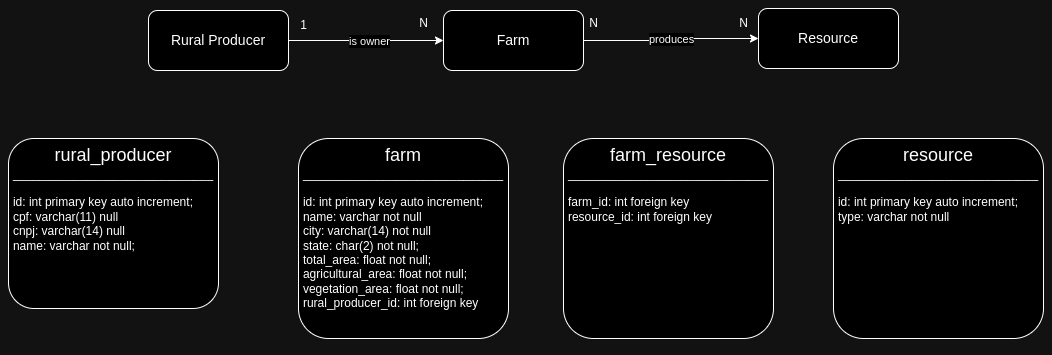
fabiotph/brain-agriculture keeps this draw.io diagram as docs/db-doc.png. Above is the earlier version. Source tidied: cells renumbered, new cells last; positions are measured from the earlier drawing's top-left corner, leaving out a move shared by most shapes. Source of this version:
```xml
<mxGraphModel>
  <root>
    <mxCell id="0" />
    <mxCell id="1" parent="0" />
    <mxCell id="2" style="edgeStyle=orthogonalEdgeStyle;rounded=0;jettySize=auto;html=1;exitX=1;exitY=0.5;exitDx=0;exitDy=0;entryX=0;entryY=0.5;entryDx=0;entryDy=0;" parent="1" edge="1" source="4" target="7">
      <mxGeometry relative="1" as="geometry" />
    </mxCell>
    <mxCell id="3" value="is owner" style="edgeLabel;html=1;align=center;verticalAlign=middle;" parent="2" vertex="1">
      <mxGeometry x="-0.2" y="-2" relative="1" as="geometry">
        <mxPoint x="18" y="-2" as="offset" />
      </mxGeometry>
    </mxCell>
    <mxCell id="4" value="&lt;font style=&quot;font-size: 14px;&quot;&gt;Rural Producer&lt;/font&gt;" style="rounded=1;whiteSpace=wrap;html=1;" parent="1" vertex="1">
      <mxGeometry x="140" y="2" width="140" height="60" as="geometry" />
    </mxCell>
    <mxCell id="5" style="edgeStyle=orthogonalEdgeStyle;rounded=0;jettySize=auto;html=1;exitX=1;exitY=0.5;exitDx=0;exitDy=0;entryX=0;entryY=0.5;entryDx=0;entryDy=0;" parent="1" edge="1" source="7" target="10">
      <mxGeometry relative="1" as="geometry" />
    </mxCell>
    <mxCell id="6" value="produces" style="edgeLabel;html=1;align=center;verticalAlign=middle;" parent="5" vertex="1">
      <mxGeometry x="-0.2" relative="1" as="geometry">
        <mxPoint x="16" y="-2" as="offset" />
      </mxGeometry>
    </mxCell>
    <mxCell id="7" value="&lt;span style=&quot;font-size: 14px;&quot;&gt;Farm&lt;/span&gt;" style="rounded=1;whiteSpace=wrap;html=1;" parent="1" vertex="1">
      <mxGeometry x="435" y="2" width="140" height="60" as="geometry" />
    </mxCell>
    <mxCell id="8" value="1" style="text;html=1;align=center;verticalAlign=middle;strokeColor=none;fillColor=none;" parent="1" vertex="1">
      <mxGeometry x="280" y="2" width="30" height="30" as="geometry" />
    </mxCell>
    <mxCell id="9" value="N" style="text;html=1;align=center;verticalAlign=middle;strokeColor=none;fillColor=none;" parent="1" vertex="1">
      <mxGeometry x="400" width="30" height="30" as="geometry" />
    </mxCell>
    <mxCell id="10" value="&lt;span style=&quot;font-size: 14px;&quot;&gt;Resource&lt;/span&gt;" style="rounded=1;whiteSpace=wrap;html=1;" parent="1" vertex="1">
      <mxGeometry x="750" width="140" height="60" as="geometry" />
    </mxCell>
    <mxCell id="11" value="N" style="text;html=1;align=center;verticalAlign=middle;strokeColor=none;fillColor=none;" parent="1" vertex="1">
      <mxGeometry x="570" width="30" height="30" as="geometry" />
    </mxCell>
    <mxCell id="12" value="N" style="text;html=1;align=center;verticalAlign=middle;strokeColor=none;fillColor=none;" parent="1" vertex="1">
      <mxGeometry x="720" width="30" height="30" as="geometry" />
    </mxCell>
    <mxCell id="13" value="&lt;font style=&quot;font-size: 18px;&quot;&gt;rural_producer&lt;/font&gt;&lt;br&gt;______________________________&lt;br&gt;&lt;br&gt;&lt;div style=&quot;text-align: left;&quot;&gt;id: int primary key auto increment;&lt;/div&gt;&lt;div style=&quot;text-align: left;&quot;&gt;cpf: varchar(11) null&lt;/div&gt;&lt;div style=&quot;text-align: left;&quot;&gt;cnpj: varchar(14) null&lt;/div&gt;&lt;div style=&quot;text-align: left;&quot;&gt;name: varchar not null;&lt;/div&gt;&lt;div style=&quot;text-align: left;&quot;&gt;&lt;br&gt;&lt;/div&gt;&lt;div style=&quot;text-align: left;&quot;&gt;&lt;br&gt;&lt;/div&gt;" style="rounded=1;whiteSpace=wrap;html=1;align=center;verticalAlign=top;" parent="1" vertex="1">
      <mxGeometry y="130" width="210" height="170" as="geometry" />
    </mxCell>
    <mxCell id="14" value="&lt;font style=&quot;font-size: 18px;&quot;&gt;farm&lt;/font&gt;&lt;br&gt;______________________________&lt;br&gt;&lt;br&gt;&lt;div style=&quot;text-align: left;&quot;&gt;id: int primary key auto increment;&lt;/div&gt;&lt;div style=&quot;text-align: left;&quot;&gt;name: varchar not null&lt;/div&gt;&lt;div style=&quot;text-align: left;&quot;&gt;city: varchar(14) not null&lt;/div&gt;&lt;div style=&quot;text-align: left;&quot;&gt;state: char(2) not null;&lt;/div&gt;&lt;div style=&quot;text-align: left;&quot;&gt;total_area: float not null;&lt;/div&gt;&lt;div style=&quot;text-align: left;&quot;&gt;agricultural_area: float not null;&lt;br&gt;vegetation_area: float not null;&lt;/div&gt;&lt;div style=&quot;text-align: left;&quot;&gt;rural_producer_id: int foreign key&lt;/div&gt;&lt;div style=&quot;text-align: left;&quot;&gt;&lt;br&gt;&lt;/div&gt;&lt;div style=&quot;text-align: left;&quot;&gt;&lt;br&gt;&lt;/div&gt;" style="rounded=1;whiteSpace=wrap;html=1;align=center;verticalAlign=top;" parent="1" vertex="1">
      <mxGeometry x="290" y="130" width="210" height="200" as="geometry" />
    </mxCell>
    <mxCell id="15" value="&lt;span style=&quot;font-size: 18px;&quot;&gt;resource&lt;/span&gt;&lt;br&gt;______________________________&lt;br&gt;&lt;br&gt;&lt;div style=&quot;text-align: left;&quot;&gt;id: int primary key auto increment;&lt;/div&gt;&lt;div style=&quot;text-align: left;&quot;&gt;type: varchar not null&lt;/div&gt;&lt;div style=&quot;text-align: left;&quot;&gt;&lt;br&gt;&lt;/div&gt;&lt;div style=&quot;text-align: left;&quot;&gt;&lt;br&gt;&lt;/div&gt;" style="rounded=1;whiteSpace=wrap;html=1;align=center;verticalAlign=top;" parent="1" vertex="1">
      <mxGeometry x="825" y="130" width="210" height="200" as="geometry" />
    </mxCell>
    <mxCell id="16" style="edgeStyle=orthogonalEdgeStyle;rounded=0;orthogonalLoop=1;jettySize=auto;html=1;exitX=0.5;exitY=1;exitDx=0;exitDy=0;" parent="1" edge="1" source="15" target="15">
      <mxGeometry relative="1" as="geometry" />
    </mxCell>
    <mxCell id="17" value="&lt;span style=&quot;font-size: 18px;&quot;&gt;farm_resource&lt;/span&gt;&lt;br&gt;______________________________&lt;br&gt;&lt;br&gt;&lt;div style=&quot;text-align: left;&quot;&gt;&lt;span style=&quot;background-color: initial;&quot;&gt;farm_id: int foreign key&lt;/span&gt;&lt;br&gt;&lt;/div&gt;&lt;div style=&quot;text-align: left;&quot;&gt;resource_id: int foreign key&lt;/div&gt;&lt;div style=&quot;text-align: left;&quot;&gt;&lt;br&gt;&lt;/div&gt;&lt;div style=&quot;text-align: left;&quot;&gt;&lt;br&gt;&lt;/div&gt;" style="rounded=1;whiteSpace=wrap;html=1;align=center;verticalAlign=top;" parent="1" vertex="1">
      <mxGeometry x="555" y="130" width="210" height="200" as="geometry" />
    </mxCell>
  </root>
</mxGraphModel>
```
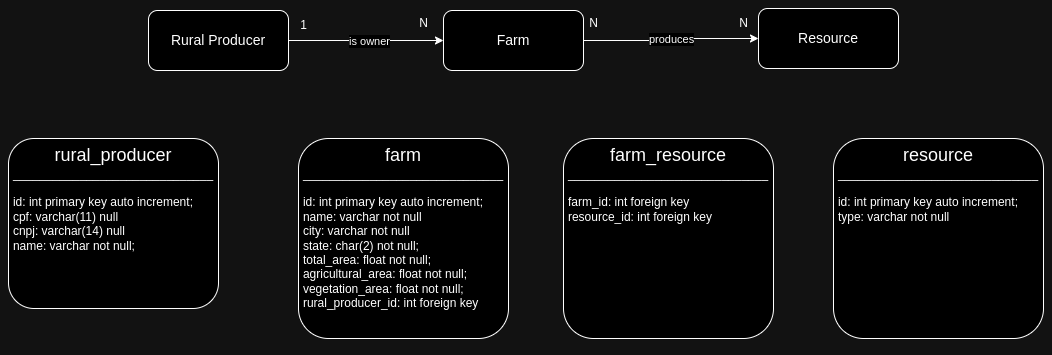
After the commit.

Diff of the diagram source:
```diff
@@ -42,7 +42,7 @@
     <mxCell id="13" value="&lt;font style=&quot;font-size: 18px;&quot;&gt;rural_producer&lt;/font&gt;&lt;br&gt;______________________________&lt;br&gt;&lt;br&gt;&lt;div style=&quot;text-align: left;&quot;&gt;id: int primary key auto increment;&lt;/div&gt;&lt;div style=&quot;text-align: left;&quot;&gt;cpf: varchar(11) null&lt;/div&gt;&lt;div style=&quot;text-align: left;&quot;&gt;cnpj: varchar(14) null&lt;/div&gt;&lt;div style=&quot;text-align: left;&quot;&gt;name: varchar not null;&lt;/div&gt;&lt;div style=&quot;text-align: left;&quot;&gt;&lt;br&gt;&lt;/div&gt;&lt;div style=&quot;text-align: left;&quot;&gt;&lt;br&gt;&lt;/div&gt;" style="rounded=1;whiteSpace=wrap;html=1;align=center;verticalAlign=top;" parent="1" vertex="1">
       <mxGeometry y="130" width="210" height="170" as="geometry" />
     </mxCell>
-    <mxCell id="14" value="&lt;font style=&quot;font-size: 18px;&quot;&gt;farm&lt;/font&gt;&lt;br&gt;______________________________&lt;br&gt;&lt;br&gt;&lt;div style=&quot;text-align: left;&quot;&gt;id: int primary key auto increment;&lt;/div&gt;&lt;div style=&quot;text-align: left;&quot;&gt;name: varchar not null&lt;/div&gt;&lt;div style=&quot;text-align: left;&quot;&gt;city: varchar(14) not null&lt;/div&gt;&lt;div style=&quot;text-align: left;&quot;&gt;state: char(2) not null;&lt;/div&gt;&lt;div style=&quot;text-align: left;&quot;&gt;total_area: float not null;&lt;/div&gt;&lt;div style=&quot;text-align: left;&quot;&gt;agricultural_area: float not null;&lt;br&gt;vegetation_area: float not null;&lt;/div&gt;&lt;div style=&quot;text-align: left;&quot;&gt;rural_producer_id: int foreign key&lt;/div&gt;&lt;div style=&quot;text-align: left;&quot;&gt;&lt;br&gt;&lt;/div&gt;&lt;div style=&quot;text-align: left;&quot;&gt;&lt;br&gt;&lt;/div&gt;" style="rounded=1;whiteSpace=wrap;html=1;align=center;verticalAlign=top;" parent="1" vertex="1">
+    <mxCell id="14" value="&lt;font style=&quot;font-size: 18px;&quot;&gt;farm&lt;/font&gt;&lt;br&gt;______________________________&lt;br&gt;&lt;br&gt;&lt;div style=&quot;text-align: left;&quot;&gt;id: int primary key auto increment;&lt;/div&gt;&lt;div style=&quot;text-align: left;&quot;&gt;name: varchar not null&lt;/div&gt;&lt;div style=&quot;text-align: left;&quot;&gt;city: varchar not null&lt;/div&gt;&lt;div style=&quot;text-align: left;&quot;&gt;state: char(2) not null;&lt;/div&gt;&lt;div style=&quot;text-align: left;&quot;&gt;total_area: float not null;&lt;/div&gt;&lt;div style=&quot;text-align: left;&quot;&gt;agricultural_area: float not null;&lt;br&gt;vegetation_area: float not null;&lt;/div&gt;&lt;div style=&quot;text-align: left;&quot;&gt;rural_producer_id: int foreign key&lt;/div&gt;&lt;div style=&quot;text-align: left;&quot;&gt;&lt;br&gt;&lt;/div&gt;&lt;div style=&quot;text-align: left;&quot;&gt;&lt;br&gt;&lt;/div&gt;" style="rounded=1;whiteSpace=wrap;html=1;align=center;verticalAlign=top;" parent="1" vertex="1">
       <mxGeometry x="290" y="130" width="210" height="200" as="geometry" />
     </mxCell>
     <mxCell id="15" value="&lt;span style=&quot;font-size: 18px;&quot;&gt;resource&lt;/span&gt;&lt;br&gt;______________________________&lt;br&gt;&lt;br&gt;&lt;div style=&quot;text-align: left;&quot;&gt;id: int primary key auto increment;&lt;/div&gt;&lt;div style=&quot;text-align: left;&quot;&gt;type: varchar not null&lt;/div&gt;&lt;div style=&quot;text-align: left;&quot;&gt;&lt;br&gt;&lt;/div&gt;&lt;div style=&quot;text-align: left;&quot;&gt;&lt;br&gt;&lt;/div&gt;" style="rounded=1;whiteSpace=wrap;html=1;align=center;verticalAlign=top;" parent="1" vertex="1">
```
